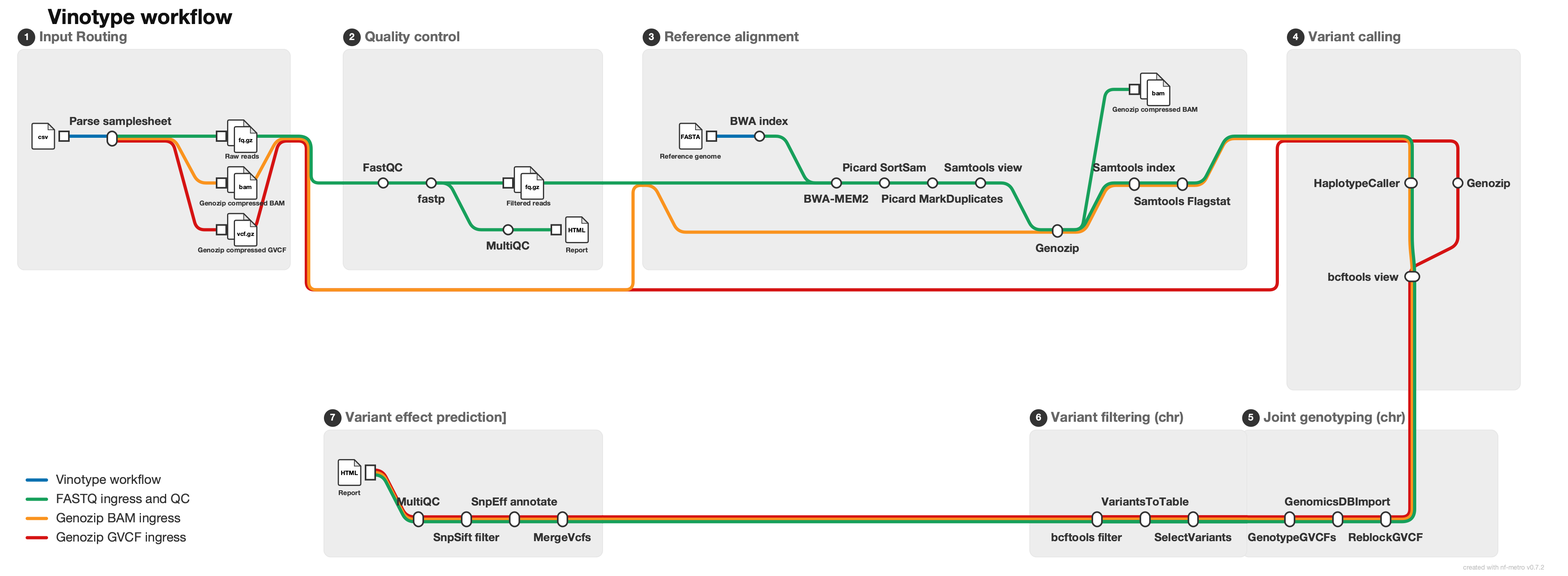
Above: docs/vinotype_dataflow.png in dylangrblr/Vinotype (Mermaid), before the change. Its source is kept beside it as docs/vinotype_dataflow.mmd.
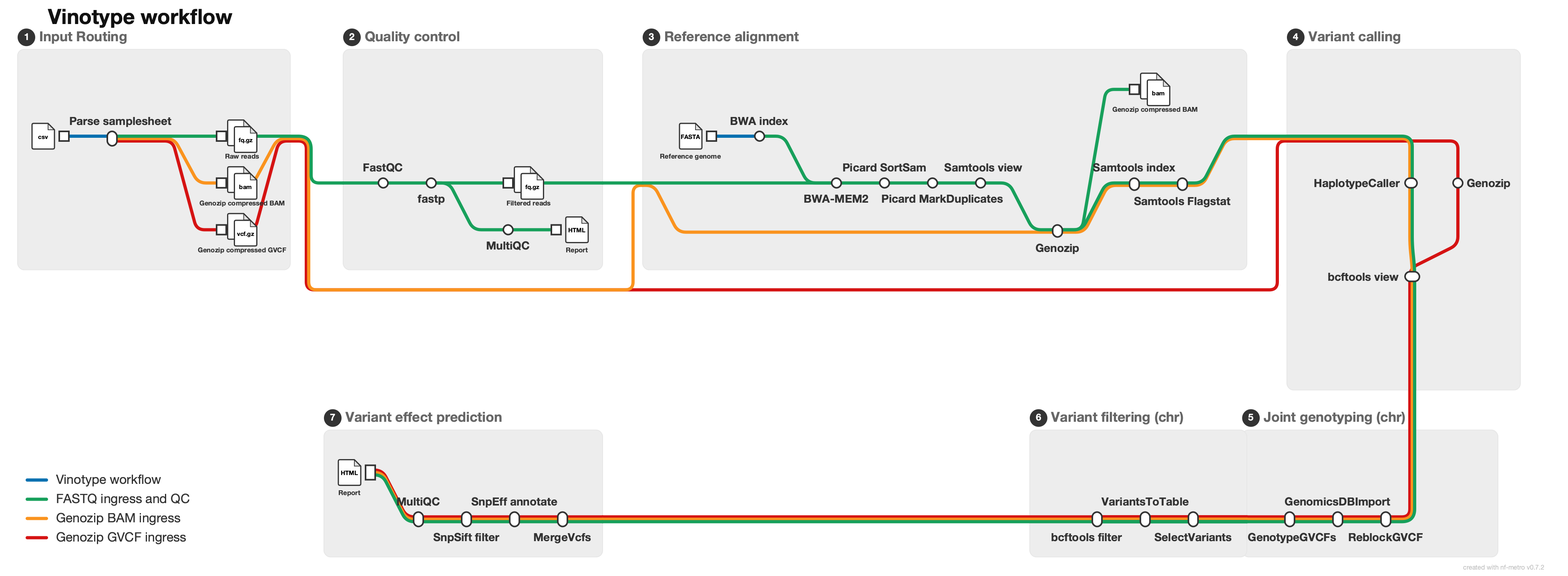
The same diagram one commit later.

Commit message:
Fix subgraph label in vinotype_dataflow.mmd and update corresponding SVG elements

What changed in the source:
```diff
@@ -82,7 +82,7 @@
     TABLE -->|gvcf| FINAL
   end
 
-  subgraph ANNO_LINE[Variant effect prediction]]
+  subgraph ANNO_LINE[Variant effect prediction]
     MERGE[MergeVcfs]
     SNPEFF[SnpEff annotate]
     SNPSIFT[SnpSift filter]
```
